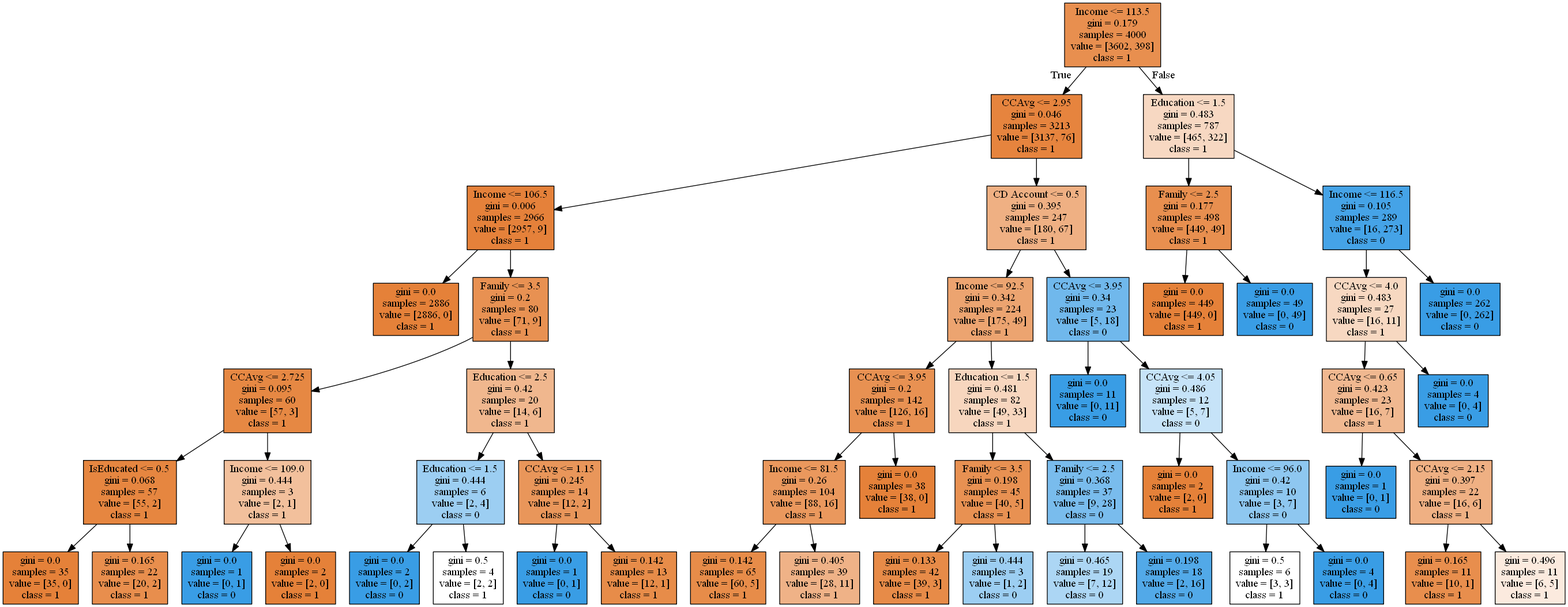
Earlier version of the Graphviz export dtc_raw_tree.png (PolukarovIvan/MTC.Teta_2PiK). Its source is kept beside it as dtc_raw_tree.dot. Its diagram source:
```dot
digraph Tree {
node [shape=box, style="filled", color="black"] ;
0 [label="Income <= 113.5\ngini = 0.179\nsamples = 4000\nvalue = [3602, 398]\nclass = 1", fillcolor="#e88f4f"] ;
1 [label="CCAvg <= 2.95\ngini = 0.046\nsamples = 3213\nvalue = [3137, 76]\nclass = 1", fillcolor="#e6843e"] ;
0 -> 1 [labeldistance=2.5, labelangle=45, headlabel="True"] ;
2 [label="Income <= 106.5\ngini = 0.006\nsamples = 2966\nvalue = [2957, 9]\nclass = 1", fillcolor="#e5813a"] ;
1 -> 2 ;
3 [label="gini = 0.0\nsamples = 2886\nvalue = [2886, 0]\nclass = 1", fillcolor="#e58139"] ;
2 -> 3 ;
4 [label="Family <= 3.5\ngini = 0.2\nsamples = 80\nvalue = [71, 9]\nclass = 1", fillcolor="#e89152"] ;
2 -> 4 ;
5 [label="CCAvg <= 2.725\ngini = 0.095\nsamples = 60\nvalue = [57, 3]\nclass = 1", fillcolor="#e68843"] ;
4 -> 5 ;
6 [label="IsEducated <= 0.5\ngini = 0.068\nsamples = 57\nvalue = [55, 2]\nclass = 1", fillcolor="#e68640"] ;
5 -> 6 ;
7 [label="gini = 0.0\nsamples = 35\nvalue = [35, 0]\nclass = 1", fillcolor="#e58139"] ;
6 -> 7 ;
8 [label="gini = 0.165\nsamples = 22\nvalue = [20, 2]\nclass = 1", fillcolor="#e88e4d"] ;
6 -> 8 ;
9 [label="Income <= 109.0\ngini = 0.444\nsamples = 3\nvalue = [2, 1]\nclass = 1", fillcolor="#f2c09c"] ;
5 -> 9 ;
10 [label="gini = 0.0\nsamples = 1\nvalue = [0, 1]\nclass = 0", fillcolor="#399de5"] ;
9 -> 10 ;
11 [label="gini = 0.0\nsamples = 2\nvalue = [2, 0]\nclass = 1", fillcolor="#e58139"] ;
9 -> 11 ;
12 [label="Education <= 2.5\ngini = 0.42\nsamples = 20\nvalue = [14, 6]\nclass = 1", fillcolor="#f0b78e"] ;
4 -> 12 ;
13 [label="Education <= 1.5\ngini = 0.444\nsamples = 6\nvalue = [2, 4]\nclass = 0", fillcolor="#9ccef2"] ;
12 -> 13 ;
14 [label="gini = 0.0\nsamples = 2\nvalue = [0, 2]\nclass = 0", fillcolor="#399de5"] ;
13 -> 14 ;
15 [label="gini = 0.5\nsamples = 4\nvalue = [2, 2]\nclass = 1", fillcolor="#ffffff"] ;
13 -> 15 ;
16 [label="CCAvg <= 1.15\ngini = 0.245\nsamples = 14\nvalue = [12, 2]\nclass = 1", fillcolor="#e9965a"] ;
12 -> 16 ;
17 [label="gini = 0.0\nsamples = 1\nvalue = [0, 1]\nclass = 0", fillcolor="#399de5"] ;
16 -> 17 ;
18 [label="gini = 0.142\nsamples = 13\nvalue = [12, 1]\nclass = 1", fillcolor="#e78c49"] ;
16 -> 18 ;
19 [label="CD Account <= 0.5\ngini = 0.395\nsamples = 247\nvalue = [180, 67]\nclass = 1", fillcolor="#efb083"] ;
1 -> 19 ;
20 [label="Income <= 92.5\ngini = 0.342\nsamples = 224\nvalue = [175, 49]\nclass = 1", fillcolor="#eca470"] ;
19 -> 20 ;
21 [label="CCAvg <= 3.95\ngini = 0.2\nsamples = 142\nvalue = [126, 16]\nclass = 1", fillcolor="#e89152"] ;
20 -> 21 ;
22 [label="Income <= 81.5\ngini = 0.26\nsamples = 104\nvalue = [88, 16]\nclass = 1", fillcolor="#ea985d"] ;
21 -> 22 ;
23 [label="gini = 0.142\nsamples = 65\nvalue = [60, 5]\nclass = 1", fillcolor="#e78c49"] ;
22 -> 23 ;
24 [label="gini = 0.405\nsamples = 39\nvalue = [28, 11]\nclass = 1", fillcolor="#efb287"] ;
22 -> 24 ;
25 [label="gini = 0.0\nsamples = 38\nvalue = [38, 0]\nclass = 1", fillcolor="#e58139"] ;
21 -> 25 ;
26 [label="Education <= 1.5\ngini = 0.481\nsamples = 82\nvalue = [49, 33]\nclass = 1", fillcolor="#f7d6be"] ;
20 -> 26 ;
27 [label="Family <= 3.5\ngini = 0.198\nsamples = 45\nvalue = [40, 5]\nclass = 1", fillcolor="#e89152"] ;
26 -> 27 ;
28 [label="gini = 0.133\nsamples = 42\nvalue = [39, 3]\nclass = 1", fillcolor="#e78b48"] ;
27 -> 28 ;
29 [label="gini = 0.444\nsamples = 3\nvalue = [1, 2]\nclass = 0", fillcolor="#9ccef2"] ;
27 -> 29 ;
30 [label="Family <= 2.5\ngini = 0.368\nsamples = 37\nvalue = [9, 28]\nclass = 0", fillcolor="#79bced"] ;
26 -> 30 ;
31 [label="gini = 0.465\nsamples = 19\nvalue = [7, 12]\nclass = 0", fillcolor="#acd6f4"] ;
30 -> 31 ;
32 [label="gini = 0.198\nsamples = 18\nvalue = [2, 16]\nclass = 0", fillcolor="#52a9e8"] ;
30 -> 32 ;
33 [label="CCAvg <= 3.95\ngini = 0.34\nsamples = 23\nvalue = [5, 18]\nclass = 0", fillcolor="#70b8ec"] ;
19 -> 33 ;
34 [label="gini = 0.0\nsamples = 11\nvalue = [0, 11]\nclass = 0", fillcolor="#399de5"] ;
33 -> 34 ;
35 [label="CCAvg <= 4.05\ngini = 0.486\nsamples = 12\nvalue = [5, 7]\nclass = 0", fillcolor="#c6e3f8"] ;
33 -> 35 ;
36 [label="gini = 0.0\nsamples = 2\nvalue = [2, 0]\nclass = 1", fillcolor="#e58139"] ;
35 -> 36 ;
37 [label="Income <= 96.0\ngini = 0.42\nsamples = 10\nvalue = [3, 7]\nclass = 0", fillcolor="#8ec7f0"] ;
35 -> 37 ;
38 [label="gini = 0.5\nsamples = 6\nvalue = [3, 3]\nclass = 1", fillcolor="#ffffff"] ;
37 -> 38 ;
39 [label="gini = 0.0\nsamples = 4\nvalue = [0, 4]\nclass = 0", fillcolor="#399de5"] ;
37 -> 39 ;
40 [label="Education <= 1.5\ngini = 0.483\nsamples = 787\nvalue = [465, 322]\nclass = 1", fillcolor="#f7d8c2"] ;
0 -> 40 [labeldistance=2.5, labelangle=-45, headlabel="False"] ;
41 [label="Family <= 2.5\ngini = 0.177\nsamples = 498\nvalue = [449, 49]\nclass = 1", fillcolor="#e88f4f"] ;
40 -> 41 ;
42 [label="gini = 0.0\nsamples = 449\nvalue = [449, 0]\nclass = 1", fillcolor="#e58139"] ;
41 -> 42 ;
43 [label="gini = 0.0\nsamples = 49\nvalue = [0, 49]\nclass = 0", fillcolor="#399de5"] ;
41 -> 43 ;
44 [label="Income <= 116.5\ngini = 0.105\nsamples = 289\nvalue = [16, 273]\nclass = 0", fillcolor="#45a3e7"] ;
40 -> 44 ;
45 [label="CCAvg <= 4.0\ngini = 0.483\nsamples = 27\nvalue = [16, 11]\nclass = 1", fillcolor="#f7d8c1"] ;
44 -> 45 ;
46 [label="CCAvg <= 0.65\ngini = 0.423\nsamples = 23\nvalue = [16, 7]\nclass = 1", fillcolor="#f0b890"] ;
45 -> 46 ;
47 [label="gini = 0.0\nsamples = 1\nvalue = [0, 1]\nclass = 0", fillcolor="#399de5"] ;
46 -> 47 ;
48 [label="CCAvg <= 2.15\ngini = 0.397\nsamples = 22\nvalue = [16, 6]\nclass = 1", fillcolor="#efb083"] ;
46 -> 48 ;
49 [label="gini = 0.165\nsamples = 11\nvalue = [10, 1]\nclass = 1", fillcolor="#e88e4d"] ;
48 -> 49 ;
50 [label="gini = 0.496\nsamples = 11\nvalue = [6, 5]\nclass = 1", fillcolor="#fbeade"] ;
48 -> 50 ;
51 [label="gini = 0.0\nsamples = 4\nvalue = [0, 4]\nclass = 0", fillcolor="#399de5"] ;
45 -> 51 ;
52 [label="gini = 0.0\nsamples = 262\nvalue = [0, 262]\nclass = 0", fillcolor="#399de5"] ;
44 -> 52 ;
}
```
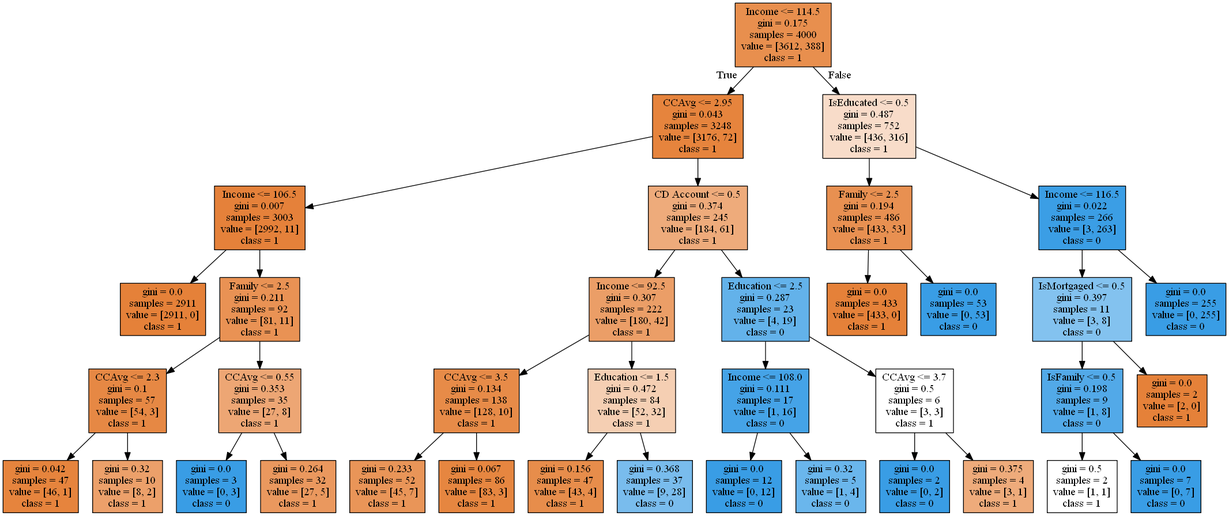
After the change.

Diff of the diagram source:
```diff
@@ -1,108 +1,76 @@
 digraph Tree {
 node [shape=box, style="filled", color="black"] ;
-0 [label="Income <= 113.5\ngini = 0.179\nsamples = 4000\nvalue = [3602, 398]\nclass = 1", fillcolor="#e88f4f"] ;
-1 [label="CCAvg <= 2.95\ngini = 0.046\nsamples = 3213\nvalue = [3137, 76]\nclass = 1", fillcolor="#e6843e"] ;
+0 [label="Income <= 114.5\ngini = 0.175\nsamples = 4000\nvalue = [3612, 388]\nclass = 1", fillcolor="#e88f4e"] ;
+1 [label="CCAvg <= 2.95\ngini = 0.043\nsamples = 3248\nvalue = [3176, 72]\nclass = 1", fillcolor="#e6843d"] ;
 0 -> 1 [labeldistance=2.5, labelangle=45, headlabel="True"] ;
-2 [label="Income <= 106.5\ngini = 0.006\nsamples = 2966\nvalue = [2957, 9]\nclass = 1", fillcolor="#e5813a"] ;
+2 [label="Income <= 106.5\ngini = 0.007\nsamples = 3003\nvalue = [2992, 11]\nclass = 1", fillcolor="#e5813a"] ;
 1 -> 2 ;
-3 [label="gini = 0.0\nsamples = 2886\nvalue = [2886, 0]\nclass = 1", fillcolor="#e58139"] ;
+3 [label="gini = 0.0\nsamples = 2911\nvalue = [2911, 0]\nclass = 1", fillcolor="#e58139"] ;
 2 -> 3 ;
-4 [label="Family <= 3.5\ngini = 0.2\nsamples = 80\nvalue = [71, 9]\nclass = 1", fillcolor="#e89152"] ;
+4 [label="Family <= 2.5\ngini = 0.211\nsamples = 92\nvalue = [81, 11]\nclass = 1", fillcolor="#e99254"] ;
 2 -> 4 ;
-5 [label="CCAvg <= 2.725\ngini = 0.095\nsamples = 60\nvalue = [57, 3]\nclass = 1", fillcolor="#e68843"] ;
+5 [label="CCAvg <= 2.3\ngini = 0.1\nsamples = 57\nvalue = [54, 3]\nclass = 1", fillcolor="#e68844"] ;
 4 -> 5 ;
-6 [label="IsEducated <= 0.5\ngini = 0.068\nsamples = 57\nvalue = [55, 2]\nclass = 1", fillcolor="#e68640"] ;
+6 [label="gini = 0.042\nsamples = 47\nvalue = [46, 1]\nclass = 1", fillcolor="#e6843d"] ;
 5 -> 6 ;
-7 [label="gini = 0.0\nsamples = 35\nvalue = [35, 0]\nclass = 1", fillcolor="#e58139"] ;
-6 -> 7 ;
-8 [label="gini = 0.165\nsamples = 22\nvalue = [20, 2]\nclass = 1", fillcolor="#e88e4d"] ;
-6 -> 8 ;
-9 [label="Income <= 109.0\ngini = 0.444\nsamples = 3\nvalue = [2, 1]\nclass = 1", fillcolor="#f2c09c"] ;
-5 -> 9 ;
-10 [label="gini = 0.0\nsamples = 1\nvalue = [0, 1]\nclass = 0", fillcolor="#399de5"] ;
-9 -> 10 ;
-11 [label="gini = 0.0\nsamples = 2\nvalue = [2, 0]\nclass = 1", fillcolor="#e58139"] ;
-9 -> 11 ;
-12 [label="Education <= 2.5\ngini = 0.42\nsamples = 20\nvalue = [14, 6]\nclass = 1", fillcolor="#f0b78e"] ;
-4 -> 12 ;
-13 [label="Education <= 1.5\ngini = 0.444\nsamples = 6\nvalue = [2, 4]\nclass = 0", fillcolor="#9ccef2"] ;
+7 [label="gini = 0.32\nsamples = 10\nvalue = [8, 2]\nclass = 1", fillcolor="#eca06a"] ;
+5 -> 7 ;
+8 [label="CCAvg <= 0.55\ngini = 0.353\nsamples = 35\nvalue = [27, 8]\nclass = 1", fillcolor="#eda674"] ;
+4 -> 8 ;
+9 [label="gini = 0.0\nsamples = 3\nvalue = [0, 3]\nclass = 0", fillcolor="#399de5"] ;
+8 -> 9 ;
+10 [label="gini = 0.264\nsamples = 32\nvalue = [27, 5]\nclass = 1", fillcolor="#ea985e"] ;
+8 -> 10 ;
+11 [label="CD Account <= 0.5\ngini = 0.374\nsamples = 245\nvalue = [184, 61]\nclass = 1", fillcolor="#eeab7b"] ;
+1 -> 11 ;
+12 [label="Income <= 92.5\ngini = 0.307\nsamples = 222\nvalue = [180, 42]\nclass = 1", fillcolor="#eb9e67"] ;
+11 -> 12 ;
+13 [label="CCAvg <= 3.5\ngini = 0.134\nsamples = 138\nvalue = [128, 10]\nclass = 1", fillcolor="#e78b48"] ;
 12 -> 13 ;
-14 [label="gini = 0.0\nsamples = 2\nvalue = [0, 2]\nclass = 0", fillcolor="#399de5"] ;
+14 [label="gini = 0.233\nsamples = 52\nvalue = [45, 7]\nclass = 1", fillcolor="#e99558"] ;
 13 -> 14 ;
-15 [label="gini = 0.5\nsamples = 4\nvalue = [2, 2]\nclass = 1", fillcolor="#ffffff"] ;
+15 [label="gini = 0.067\nsamples = 86\nvalue = [83, 3]\nclass = 1", fillcolor="#e68640"] ;
 13 -> 15 ;
-16 [label="CCAvg <= 1.15\ngini = 0.245\nsamples = 14\nvalue = [12, 2]\nclass = 1", fillcolor="#e9965a"] ;
+16 [label="Education <= 1.5\ngini = 0.472\nsamples = 84\nvalue = [52, 32]\nclass = 1", fillcolor="#f5cfb3"] ;
 12 -> 16 ;
-17 [label="gini = 0.0\nsamples = 1\nvalue = [0, 1]\nclass = 0", fillcolor="#399de5"] ;
+17 [label="gini = 0.156\nsamples = 47\nvalue = [43, 4]\nclass = 1", fillcolor="#e78d4b"] ;
 16 -> 17 ;
-18 [label="gini = 0.142\nsamples = 13\nvalue = [12, 1]\nclass = 1", fillcolor="#e78c49"] ;
+18 [label="gini = 0.368\nsamples = 37\nvalue = [9, 28]\nclass = 0", fillcolor="#79bced"] ;
 16 -> 18 ;
-19 [label="CD Account <= 0.5\ngini = 0.395\nsamples = 247\nvalue = [180, 67]\nclass = 1", fillcolor="#efb083"] ;
-1 -> 19 ;
-20 [label="Income <= 92.5\ngini = 0.342\nsamples = 224\nvalue = [175, 49]\nclass = 1", fillcolor="#eca470"] ;
+19 [label="Education <= 2.5\ngini = 0.287\nsamples = 23\nvalue = [4, 19]\nclass = 0", fillcolor="#63b2ea"] ;
+11 -> 19 ;
+20 [label="Income <= 108.0\ngini = 0.111\nsamples = 17\nvalue = [1, 16]\nclass = 0", fillcolor="#45a3e7"] ;
 19 -> 20 ;
-21 [label="CCAvg <= 3.95\ngini = 0.2\nsamples = 142\nvalue = [126, 16]\nclass = 1", fillcolor="#e89152"] ;
+21 [label="gini = 0.0\nsamples = 12\nvalue = [0, 12]\nclass = 0", fillcolor="#399de5"] ;
 20 -> 21 ;
-22 [label="Income <= 81.5\ngini = 0.26\nsamples = 104\nvalue = [88, 16]\nclass = 1", fillcolor="#ea985d"] ;
-21 -> 22 ;
-23 [label="gini = 0.142\nsamples = 65\nvalue = [60, 5]\nclass = 1", fillcolor="#e78c49"] ;
-22 -> 23 ;
-24 [label="gini = 0.405\nsamples = 39\nvalue = [28, 11]\nclass = 1", fillcolor="#efb287"] ;
-22 -> 24 ;
-25 [label="gini = 0.0\nsamples = 38\nvalue = [38, 0]\nclass = 1", fillcolor="#e58139"] ;
-21 -> 25 ;
-26 [label="Education <= 1.5\ngini = 0.481\nsamples = 82\nvalue = [49, 33]\nclass = 1", fillcolor="#f7d6be"] ;
-20 -> 26 ;
-27 [label="Family <= 3.5\ngini = 0.198\nsamples = 45\nvalue = [40, 5]\nclass = 1", fillcolor="#e89152"] ;
+22 [label="gini = 0.32\nsamples = 5\nvalue = [1, 4]\nclass = 0", fillcolor="#6ab6ec"] ;
+20 -> 22 ;
+23 [label="CCAvg <= 3.7\ngini = 0.5\nsamples = 6\nvalue = [3, 3]\nclass = 1", fillcolor="#ffffff"] ;
+19 -> 23 ;
+24 [label="gini = 0.0\nsamples = 2\nvalue = [0, 2]\nclass = 0", fillcolor="#399de5"] ;
+23 -> 24 ;
+25 [label="gini = 0.375\nsamples = 4\nvalue = [3, 1]\nclass = 1", fillcolor="#eeab7b"] ;
+23 -> 25 ;
+26 [label="IsEducated <= 0.5\ngini = 0.487\nsamples = 752\nvalue = [436, 316]\nclass = 1", fillcolor="#f8dcc9"] ;
+0 -> 26 [labeldistance=2.5, labelangle=-45, headlabel="False"] ;
+27 [label="Family <= 2.5\ngini = 0.194\nsamples = 486\nvalue = [433, 53]\nclass = 1", fillcolor="#e89051"] ;
 26 -> 27 ;
-28 [label="gini = 0.133\nsamples = 42\nvalue = [39, 3]\nclass = 1", fillcolor="#e78b48"] ;
+28 [label="gini = 0.0\nsamples = 433\nvalue = [433, 0]\nclass = 1", fillcolor="#e58139"] ;
 27 -> 28 ;
-29 [label="gini = 0.444\nsamples = 3\nvalue = [1, 2]\nclass = 0", fillcolor="#9ccef2"] ;
+29 [label="gini = 0.0\nsamples = 53\nvalue = [0, 53]\nclass = 0", fillcolor="#399de5"] ;
 27 -> 29 ;
-30 [label="Family <= 2.5\ngini = 0.368\nsamples = 37\nvalue = [9, 28]\nclass = 0", fillcolor="#79bced"] ;
+30 [label="Income <= 116.5\ngini = 0.022\nsamples = 266\nvalue = [3, 263]\nclass = 0", fillcolor="#3b9ee5"] ;
 26 -> 30 ;
-31 [label="gini = 0.465\nsamples = 19\nvalue = [7, 12]\nclass = 0", fillcolor="#acd6f4"] ;
+31 [label="IsMortgaged <= 0.5\ngini = 0.397\nsamples = 11\nvalue = [3, 8]\nclass = 0", fillcolor="#83c2ef"] ;
 30 -> 31 ;
-32 [label="gini = 0.198\nsamples = 18\nvalue = [2, 16]\nclass = 0", fillcolor="#52a9e8"] ;
-30 -> 32 ;
-33 [label="CCAvg <= 3.95\ngini = 0.34\nsamples = 23\nvalue = [5, 18]\nclass = 0", fillcolor="#70b8ec"] ;
-19 -> 33 ;
-34 [label="gini = 0.0\nsamples = 11\nvalue = [0, 11]\nclass = 0", fillcolor="#399de5"] ;
-33 -> 34 ;
-35 [label="CCAvg <= 4.05\ngini = 0.486\nsamples = 12\nvalue = [5, 7]\nclass = 0", fillcolor="#c6e3f8"] ;
-33 -> 35 ;
-36 [label="gini = 0.0\nsamples = 2\nvalue = [2, 0]\nclass = 1", fillcolor="#e58139"] ;
-35 -> 36 ;
-37 [label="Income <= 96.0\ngini = 0.42\nsamples = 10\nvalue = [3, 7]\nclass = 0", fillcolor="#8ec7f0"] ;
-35 -> 37 ;
-38 [label="gini = 0.5\nsamples = 6\nvalue = [3, 3]\nclass = 1", fillcolor="#ffffff"] ;
-37 -> 38 ;
-39 [label="gini = 0.0\nsamples = 4\nvalue = [0, 4]\nclass = 0", fillcolor="#399de5"] ;
-37 -> 39 ;
-40 [label="Education <= 1.5\ngini = 0.483\nsamples = 787\nvalue = [465, 322]\nclass = 1", fillcolor="#f7d8c2"] ;
-0 -> 40 [labeldistance=2.5, labelangle=-45, headlabel="False"] ;
-41 [label="Family <= 2.5\ngini = 0.177\nsamples = 498\nvalue = [449, 49]\nclass = 1", fillcolor="#e88f4f"] ;
-40 -> 41 ;
-42 [label="gini = 0.0\nsamples = 449\nvalue = [449, 0]\nclass = 1", fillcolor="#e58139"] ;
-41 -> 42 ;
-43 [label="gini = 0.0\nsamples = 49\nvalue = [0, 49]\nclass = 0", fillcolor="#399de5"] ;
-41 -> 43 ;
-44 [label="Income <= 116.5\ngini = 0.105\nsamples = 289\nvalue = [16, 273]\nclass = 0", fillcolor="#45a3e7"] ;
-40 -> 44 ;
-45 [label="CCAvg <= 4.0\ngini = 0.483\nsamples = 27\nvalue = [16, 11]\nclass = 1", fillcolor="#f7d8c1"] ;
-44 -> 45 ;
-46 [label="CCAvg <= 0.65\ngini = 0.423\nsamples = 23\nvalue = [16, 7]\nclass = 1", fillcolor="#f0b890"] ;
-45 -> 46 ;
-47 [label="gini = 0.0\nsamples = 1\nvalue = [0, 1]\nclass = 0", fillcolor="#399de5"] ;
-46 -> 47 ;
-48 [label="CCAvg <= 2.15\ngini = 0.397\nsamples = 22\nvalue = [16, 6]\nclass = 1", fillcolor="#efb083"] ;
-46 -> 48 ;
-49 [label="gini = 0.165\nsamples = 11\nvalue = [10, 1]\nclass = 1", fillcolor="#e88e4d"] ;
-48 -> 49 ;
-50 [label="gini = 0.496\nsamples = 11\nvalue = [6, 5]\nclass = 1", fillcolor="#fbeade"] ;
-48 -> 50 ;
-51 [label="gini = 0.0\nsamples = 4\nvalue = [0, 4]\nclass = 0", fillcolor="#399de5"] ;
-45 -> 51 ;
-52 [label="gini = 0.0\nsamples = 262\nvalue = [0, 262]\nclass = 0", fillcolor="#399de5"] ;
-44 -> 52 ;
+32 [label="IsFamily <= 0.5\ngini = 0.198\nsamples = 9\nvalue = [1, 8]\nclass = 0", fillcolor="#52a9e8"] ;
+31 -> 32 ;
+33 [label="gini = 0.5\nsamples = 2\nvalue = [1, 1]\nclass = 1", fillcolor="#ffffff"] ;
+32 -> 33 ;
+34 [label="gini = 0.0\nsamples = 7\nvalue = [0, 7]\nclass = 0", fillcolor="#399de5"] ;
+32 -> 34 ;
+35 [label="gini = 0.0\nsamples = 2\nvalue = [2, 0]\nclass = 1", fillcolor="#e58139"] ;
+31 -> 35 ;
+36 [label="gini = 0.0\nsamples = 255\nvalue = [0, 255]\nclass = 0", fillcolor="#399de5"] ;
+30 -> 36 ;
 }
```
